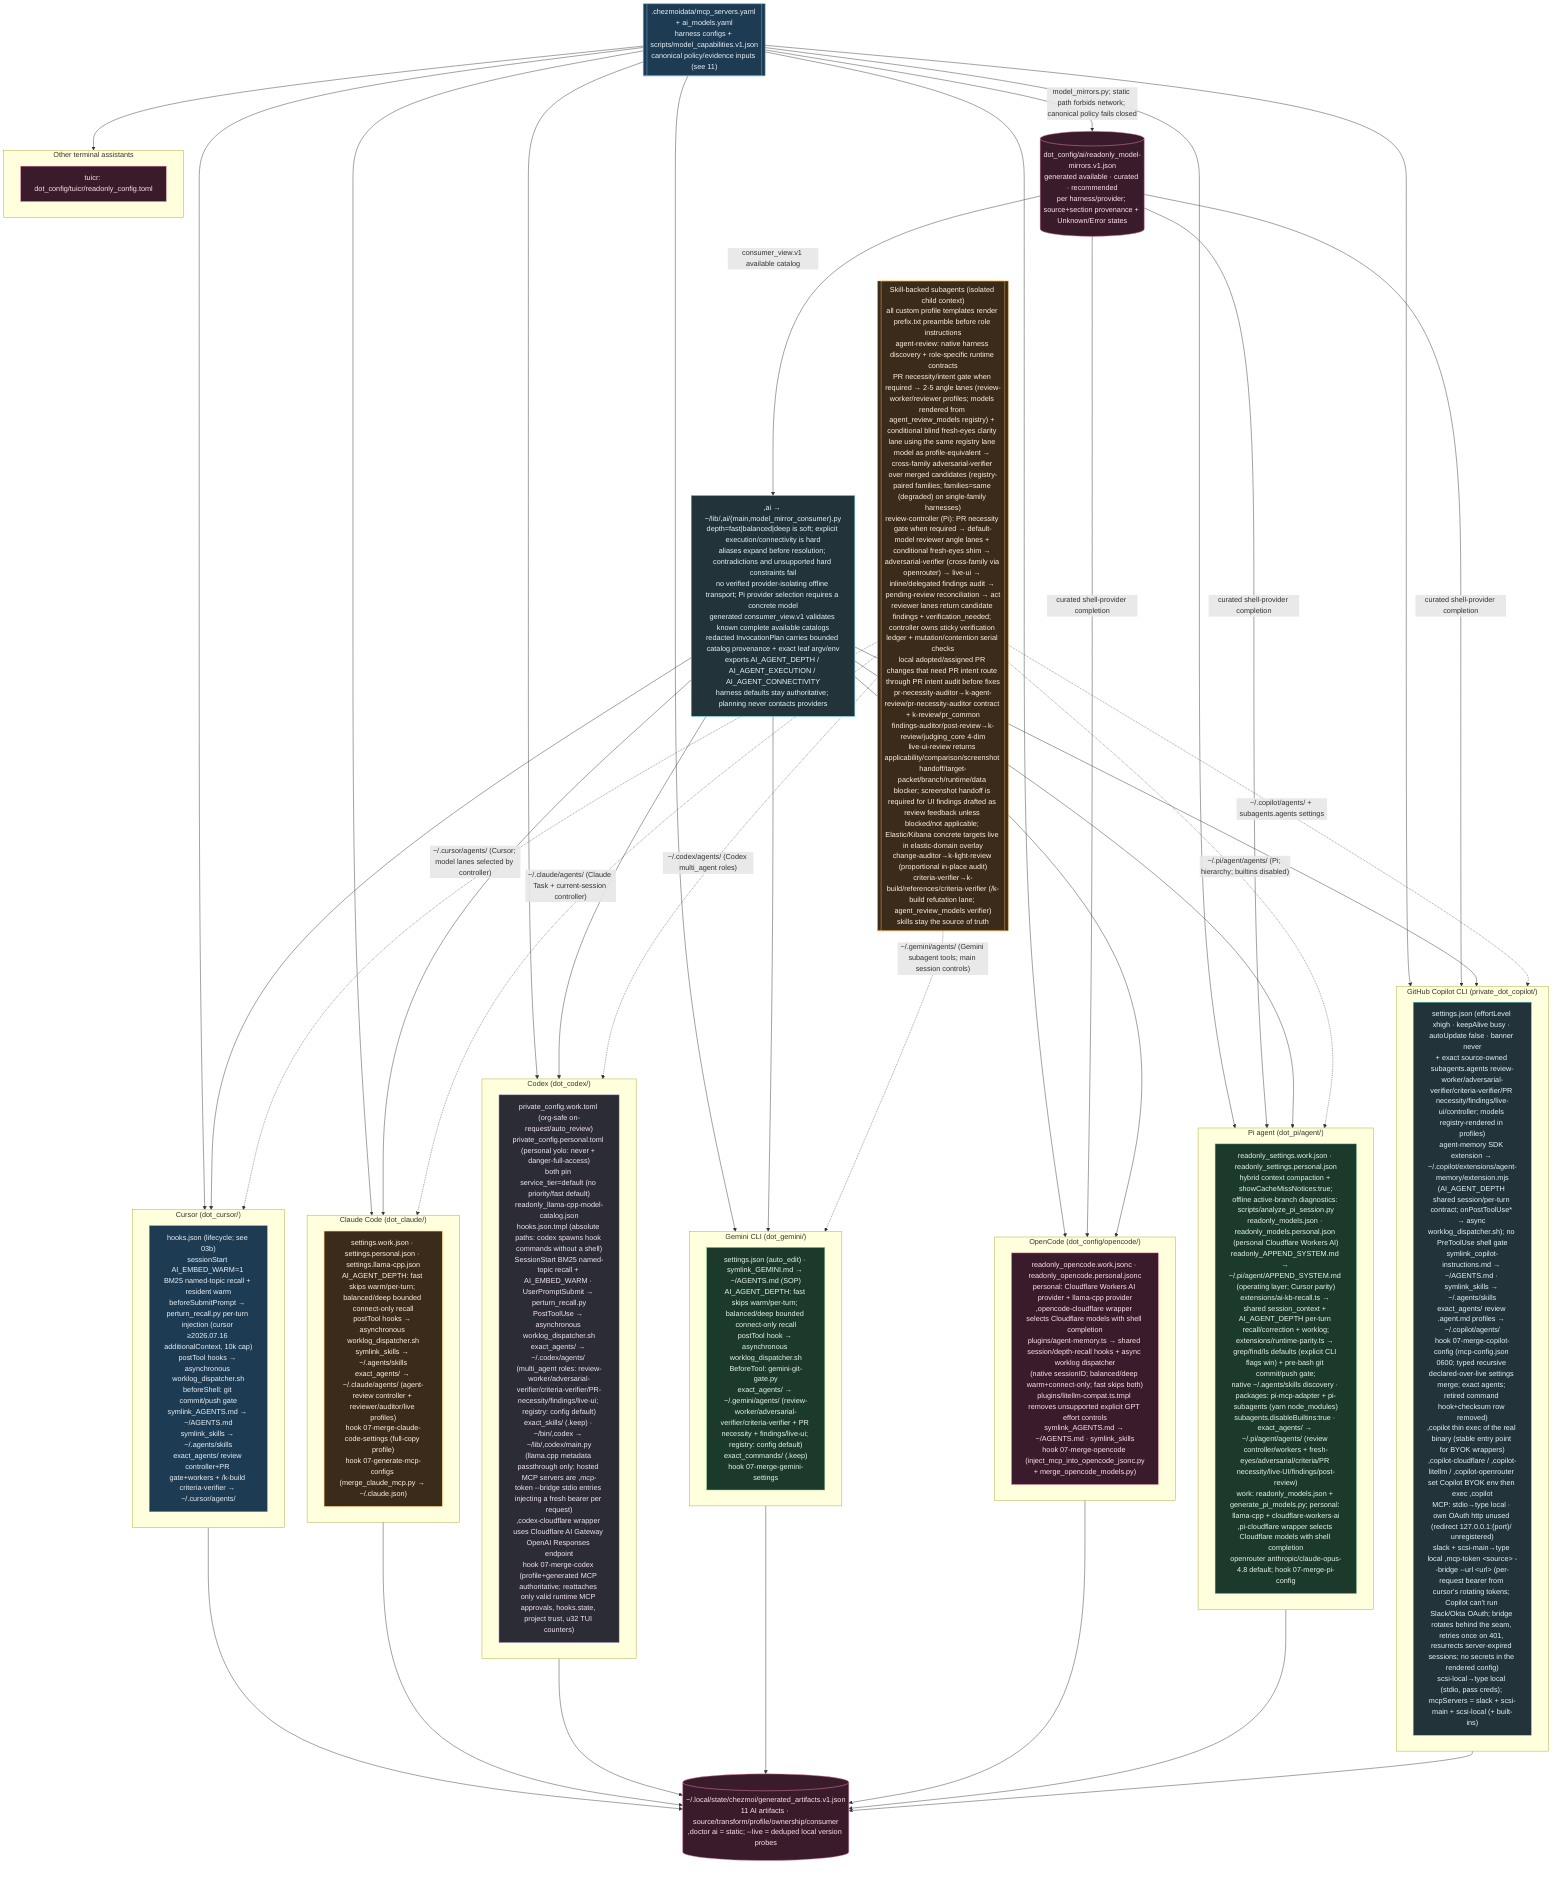
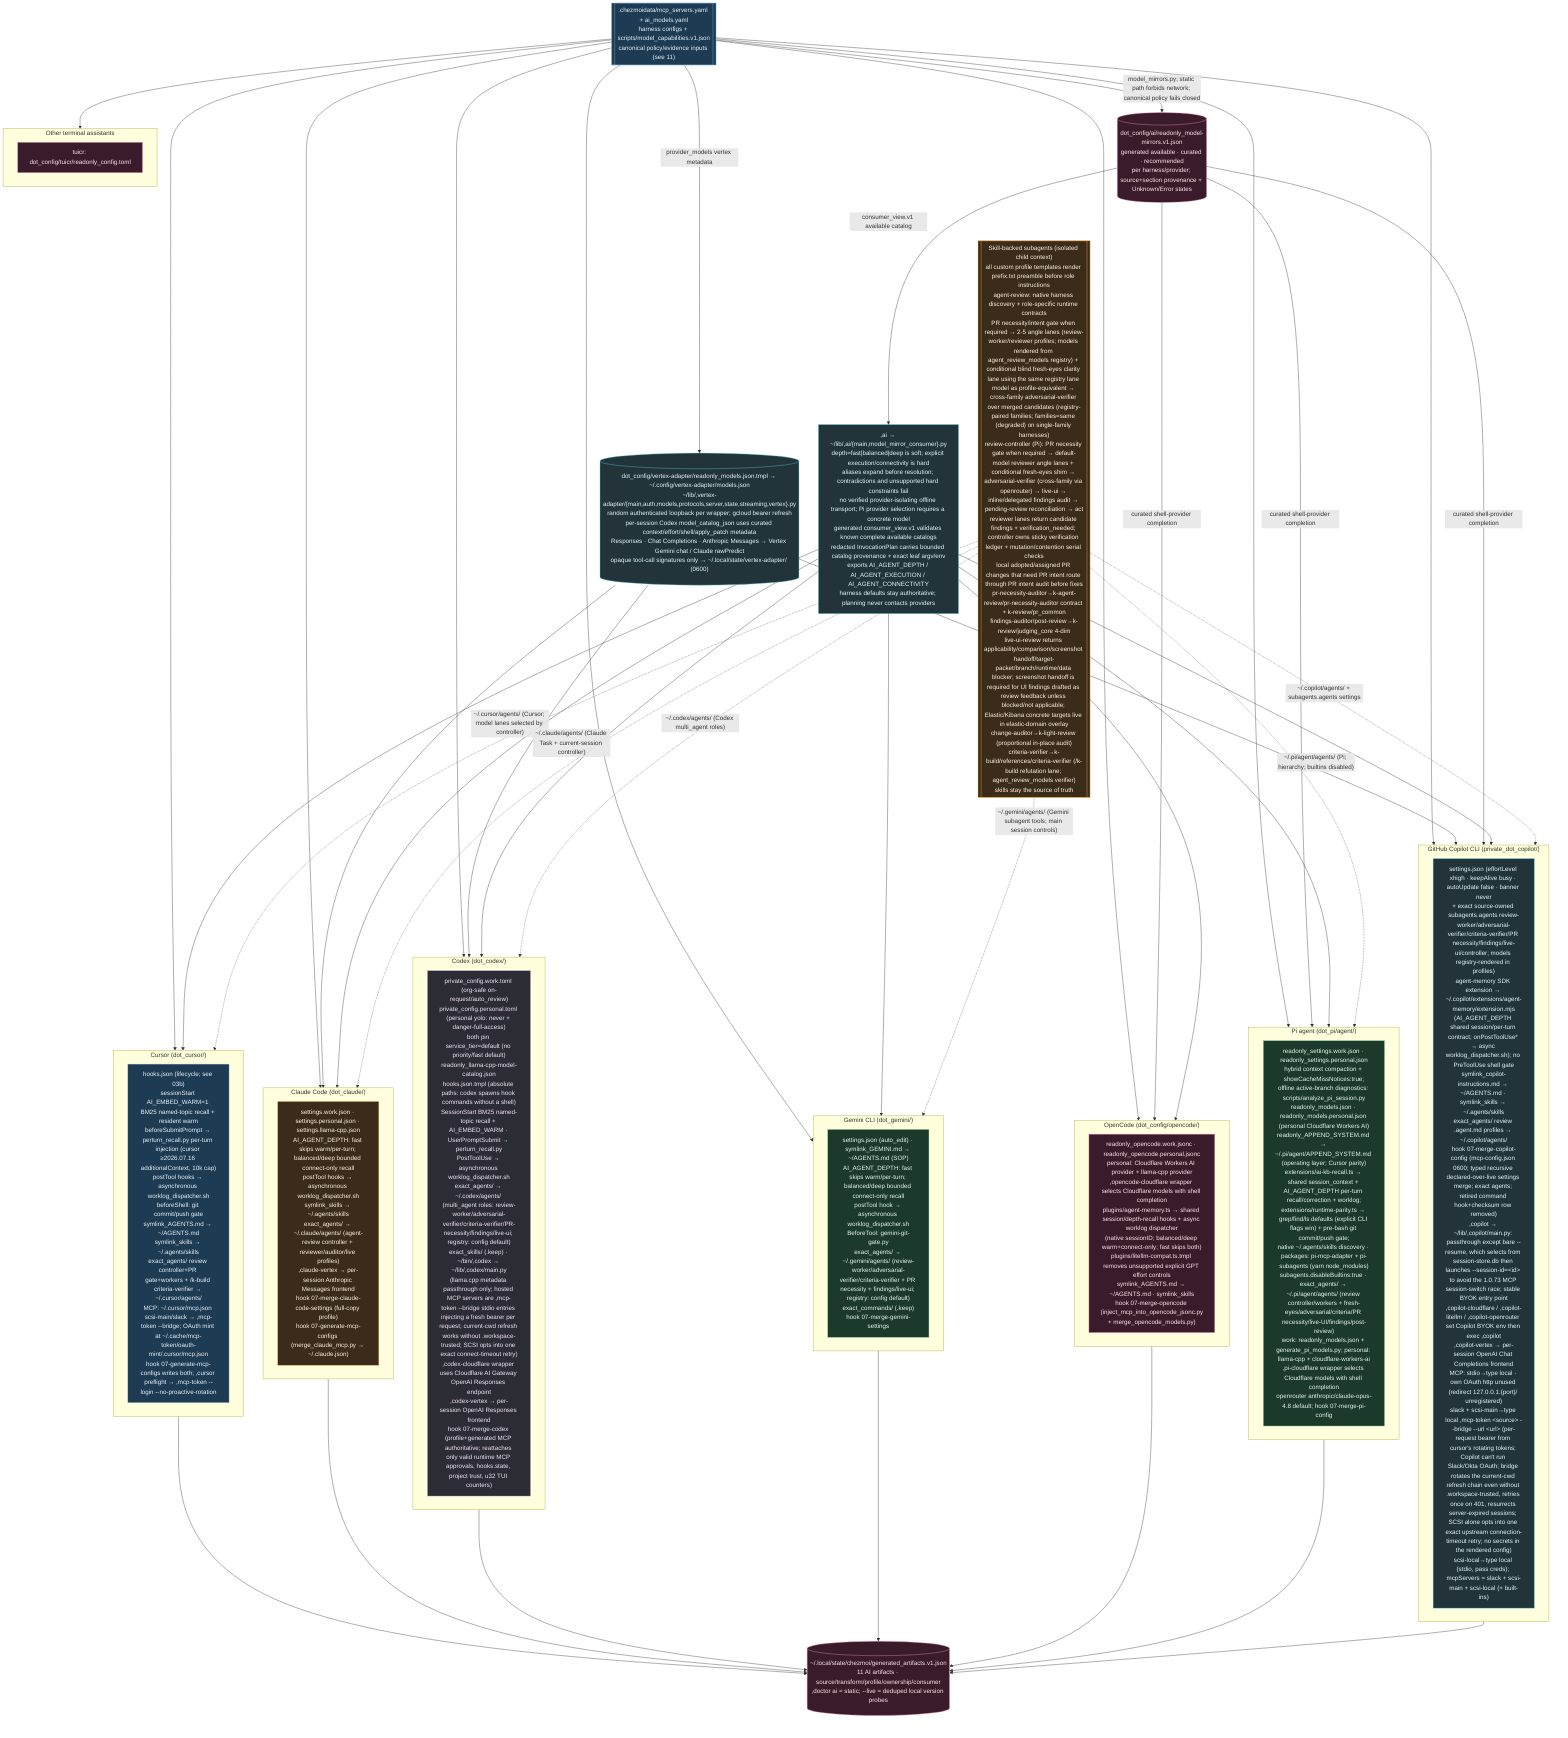
%% ============================================================================
%% 12-ai-tool-configs.mmd — Every per-tool AI config file in home/.
%% Pattern: source carries .work + .personal variants; a 07-merge-* hook picks
%% by isWork and merges generated MCP/model blocks into the live config.
%% ============================================================================
flowchart TB
    classDef cursor fill:#1d3b53,stroke:#7fb3d5,color:#eaf2f8;
    classDef claude fill:#3a2b1b,stroke:#ffb74d,color:#fff3e0;
    classDef codex fill:#2c2c34,stroke:#b39ddb,color:#f3e5f5;
    classDef gem fill:#1b3a2b,stroke:#81c784,color:#e8f5e9;
    classDef oc fill:#3a1b2b,stroke:#f48fb1,color:#fce4ec;
    classDef cop fill:#22343a,stroke:#4dd0e1,color:#e0f7fa;

    LAUNCH[",ai → ~/lib/,ai/{main,model_mirror_consumer}.py<br/>depth=fast|balanced|deep is soft; explicit execution/connectivity is hard<br/>aliases expand before resolution; contradictions and unsupported hard constraints fail<br/>no verified provider-isolating offline transport; Pi provider selection requires a concrete model<br/>generated consumer_view.v1 validates known complete available catalogs<br/>redacted InvocationPlan carries bounded catalog provenance + exact leaf argv/env<br/>exports AI_AGENT_DEPTH / AI_AGENT_EXECUTION / AI_AGENT_CONNECTIVITY<br/>harness defaults stay authoritative; planning never contacts providers"]:::cop

    subgraph CURSOR["Cursor (dot_cursor/)"]
-         CU["hooks.json (lifecycle; see 03b)<br/>sessionStart AI_EMBED_WARM=1 BM25 named-topic recall + resident warm<br/>beforeSubmitPrompt → perturn_recall.py per-turn injection (cursor ≥2026.07.16 additionalContext, 10k cap)<br/>postTool hooks → asynchronous worklog_dispatcher.sh<br/>beforeShell: git commit/push gate<br/>symlink_AGENTS.md → ~/AGENTS.md<br/>symlink_skills → ~/.agents/skills<br/>exact_agents/ review controller+PR gate+workers + /k-build criteria-verifier → ~/.cursor/agents/"]:::cursor
+         CU["hooks.json (lifecycle; see 03b)<br/>sessionStart AI_EMBED_WARM=1 BM25 named-topic recall + resident warm<br/>beforeSubmitPrompt → perturn_recall.py per-turn injection (cursor ≥2026.07.16 additionalContext, 10k cap)<br/>postTool hooks → asynchronous worklog_dispatcher.sh<br/>beforeShell: git commit/push gate<br/>symlink_AGENTS.md → ~/AGENTS.md<br/>symlink_skills → ~/.agents/skills<br/>exact_agents/ review controller+PR gate+workers + /k-build criteria-verifier → ~/.cursor/agents/<br/>MCP: ~/.cursor/mcp.json scsi-main/slack → ,mcp-token --bridge; OAuth mint at ~/.cache/mcp-token/oauth-mint/.cursor/mcp.json<br/>hook 07-generate-mcp-configs writes both; ,cursor preflight → ,mcp-token --login --no-proactive-rotation"]:::cursor
    end

    subgraph CLAUDE["Claude Code (dot_claude/)"]
-         CLD["settings.work.json · settings.personal.json · settings.llama-cpp.json<br/>AI_AGENT_DEPTH: fast skips warm/per-turn; balanced/deep bounded connect-only recall<br/>postTool hooks → asynchronous worklog_dispatcher.sh<br/>symlink_skills → ~/.agents/skills<br/>exact_agents/ → ~/.claude/agents/ (agent-review controller + reviewer/auditor/live profiles)<br/>hook 07-merge-claude-code-settings (full-copy profile)<br/>hook 07-generate-mcp-configs (merge_claude_mcp.py → ~/.claude.json)"]:::claude
+         CLD["settings.work.json · settings.personal.json · settings.llama-cpp.json<br/>AI_AGENT_DEPTH: fast skips warm/per-turn; balanced/deep bounded connect-only recall<br/>postTool hooks → asynchronous worklog_dispatcher.sh<br/>symlink_skills → ~/.agents/skills<br/>exact_agents/ → ~/.claude/agents/ (agent-review controller + reviewer/auditor/live profiles)<br/>,claude-vertex → per-session Anthropic Messages frontend<br/>hook 07-merge-claude-code-settings (full-copy profile)<br/>hook 07-generate-mcp-configs (merge_claude_mcp.py → ~/.claude.json)"]:::claude
    end

    subgraph CODEX["Codex (dot_codex/)"]
-         CDX["private_config.work.toml (org-safe on-request/auto_review)<br/>private_config.personal.toml (personal yolo: never + danger-full-access)<br/>both pin service_tier=default (no priority/fast default)<br/>readonly_llama-cpp-model-catalog.json<br/>hooks.json.tmpl (absolute paths: codex spawns hook commands without a shell)<br/>SessionStart BM25 named-topic recall + AI_EMBED_WARM · UserPromptSubmit → perturn_recall.py<br/>PostToolUse → asynchronous worklog_dispatcher.sh<br/>exact_agents/ → ~/.codex/agents/ (multi_agent roles: review-worker/adversarial-verifier/criteria-verifier/PR-necessity/findings/live-ui; registry: config default)<br/>exact_skills/ (.keep) · ~/bin/,codex → ~/lib/,codex/main.py<br/>(llama.cpp metadata passthrough only; hosted MCP servers are ,mcp-token --bridge stdio entries injecting a fresh bearer per request)<br/>,codex-cloudflare wrapper uses Cloudflare AI Gateway OpenAI Responses endpoint<br/>hook 07-merge-codex (profile+generated MCP authoritative; reattaches only valid runtime MCP approvals, hooks.state, project trust, u32 TUI counters)"]:::codex
+         CDX["private_config.work.toml (org-safe on-request/auto_review)<br/>private_config.personal.toml (personal yolo: never + danger-full-access)<br/>both pin service_tier=default (no priority/fast default)<br/>readonly_llama-cpp-model-catalog.json<br/>hooks.json.tmpl (absolute paths: codex spawns hook commands without a shell)<br/>SessionStart BM25 named-topic recall + AI_EMBED_WARM · UserPromptSubmit → perturn_recall.py<br/>PostToolUse → asynchronous worklog_dispatcher.sh<br/>exact_agents/ → ~/.codex/agents/ (multi_agent roles: review-worker/adversarial-verifier/criteria-verifier/PR-necessity/findings/live-ui; registry: config default)<br/>exact_skills/ (.keep) · ~/bin/,codex → ~/lib/,codex/main.py<br/>(llama.cpp metadata passthrough only; hosted MCP servers are ,mcp-token --bridge stdio entries injecting a fresh bearer per request; current-cwd refresh works without .workspace-trusted; SCSI opts into one exact connect-timeout retry)<br/>,codex-cloudflare wrapper uses Cloudflare AI Gateway OpenAI Responses endpoint<br/>,codex-vertex → per-session OpenAI Responses frontend<br/>hook 07-merge-codex (profile+generated MCP authoritative; reattaches only valid runtime MCP approvals, hooks.state, project trust, u32 TUI counters)"]:::codex
    end

    subgraph GEMINI["Gemini CLI (dot_gemini/)"]
        GMN["settings.json (auto_edit) · symlink_GEMINI.md → ~/AGENTS.md (SOP)<br/>AI_AGENT_DEPTH: fast skips warm/per-turn; balanced/deep bounded connect-only recall<br/>postTool hook → asynchronous worklog_dispatcher.sh<br/>BeforeTool: gemini-git-gate.py<br/>exact_agents/ → ~/.gemini/agents/ (review-worker/adversarial-verifier/criteria-verifier + PR necessity + findings/live-ui; registry: config default)<br/>exact_commands/ (.keep)<br/>hook 07-merge-gemini-settings"]:::gem
    end

    subgraph OPENCODE["OpenCode (dot_config/opencode/)"]
        OPC["readonly_opencode.work.jsonc · readonly_opencode.personal.jsonc<br/>personal: Cloudflare Workers AI provider + llama-cpp provider<br/>,opencode-cloudflare wrapper selects Cloudflare models with shell completion<br/>plugins/agent-memory.ts → shared session/depth-recall hooks + async worklog dispatcher<br/>(native sessionID; balanced/deep warm+connect-only; fast skips both)<br/>plugins/litellm-compat.ts.tmpl removes unsupported explicit GPT effort controls<br/>symlink_AGENTS.md → ~/AGENTS.md · symlink_skills<br/>hook 07-merge-opencode (inject_mcp_into_opencode_jsonc.py<br/>+ merge_opencode_models.py)"]:::oc
    end

    subgraph PI["Pi agent (dot_pi/agent/)"]
        PIA["readonly_settings.work.json · readonly_settings.personal.json<br/>hybrid context compaction + showCacheMissNotices:true;<br/>offline active-branch diagnostics: scripts/analyze_pi_session.py<br/>readonly_models.json · readonly_models.personal.json (personal Cloudflare Workers AI)<br/>readonly_APPEND_SYSTEM.md → ~/.pi/agent/APPEND_SYSTEM.md (operating layer; Cursor parity)<br/>extensions/ai-kb-recall.ts → shared session_context + AI_AGENT_DEPTH per-turn recall/correction + worklog;<br/>extensions/runtime-parity.ts → grep/find/ls defaults (explicit CLI flags win) + pre-bash git commit/push gate;<br/>native ~/.agents/skills discovery · packages: pi-mcp-adapter + pi-subagents (yarn node_modules)<br/>subagents.disableBuiltins:true · exact_agents/ → ~/.pi/agent/agents/ (review controller/workers + fresh-eyes/adversarial/criteria/PR necessity/live-UI/findings/post-review)<br/>work: readonly_models.json + generate_pi_models.py; personal: llama-cpp + cloudflare-workers-ai<br/>,pi-cloudflare wrapper selects Cloudflare models with shell completion<br/>openrouter anthropic/claude-opus-4.8 default; hook 07-merge-pi-config"]:::gem
    end

    subgraph COPILOT["GitHub Copilot CLI (private_dot_copilot/)"]
-         COP["settings.json (effortLevel xhigh · keepAlive busy · autoUpdate false · banner never<br/>+ exact source-owned subagents.agents review-worker/adversarial-verifier/criteria-verifier/PR necessity/findings/live-ui/controller; models registry-rendered in profiles)<br/>agent-memory SDK extension → ~/.copilot/extensions/agent-memory/extension.mjs<br/>(AI_AGENT_DEPTH shared session/per-turn contract; onPostToolUse* → async worklog_dispatcher.sh); no PreToolUse shell gate<br/>symlink_copilot-instructions.md → ~/AGENTS.md · symlink_skills → ~/.agents/skills<br/>exact_agents/ review .agent.md profiles → ~/.copilot/agents/<br/>hook 07-merge-copilot-config (mcp-config.json 0600; typed recursive declared-over-live settings merge; exact agents; retired command hook+checksum row removed)<br/>,copilot thin exec of the real binary (stable entry point for BYOK wrappers)<br/>,copilot-cloudflare / ,copilot-litellm / ,copilot-openrouter set Copilot BYOK env then exec ,copilot<br/>MCP: stdio→type local · own OAuth http unused (redirect 127.0.0.1:{port}/ unregistered)<br/>slack + scsi-main→type local ,mcp-token &lt;source&gt; --bridge --url &lt;url&gt; (per-request bearer from cursor's rotating tokens; Copilot can't run Slack/Okta OAuth; bridge rotates behind the seam, retries once on 401, resurrects server-expired sessions; no secrets in the rendered config)<br/>scsi-local→type local (stdio, pass creds); mcpServers = slack + scsi-main + scsi-local (+ built-ins)"]:::cop
+         COP["settings.json (effortLevel xhigh · keepAlive busy · autoUpdate false · banner never<br/>+ exact source-owned subagents.agents review-worker/adversarial-verifier/criteria-verifier/PR necessity/findings/live-ui/controller; models registry-rendered in profiles)<br/>agent-memory SDK extension → ~/.copilot/extensions/agent-memory/extension.mjs<br/>(AI_AGENT_DEPTH shared session/per-turn contract; onPostToolUse* → async worklog_dispatcher.sh); no PreToolUse shell gate<br/>symlink_copilot-instructions.md → ~/AGENTS.md · symlink_skills → ~/.agents/skills<br/>exact_agents/ review .agent.md profiles → ~/.copilot/agents/<br/>hook 07-merge-copilot-config (mcp-config.json 0600; typed recursive declared-over-live settings merge; exact agents; retired command hook+checksum row removed)<br/>,copilot → ~/lib/,copilot/main.py: passthrough except bare --resume, which selects from session-store.db then launches --session-id=&lt;id&gt; to avoid the 1.0.73 MCP session-switch race; stable BYOK entry point<br/>,copilot-cloudflare / ,copilot-litellm / ,copilot-openrouter set Copilot BYOK env then exec ,copilot<br/>,copilot-vertex → per-session OpenAI Chat Completions frontend<br/>MCP: stdio→type local · own OAuth http unused (redirect 127.0.0.1:{port}/ unregistered)<br/>slack + scsi-main→type local ,mcp-token &lt;source&gt; --bridge --url &lt;url&gt; (per-request bearer from cursor's rotating tokens; Copilot can't run Slack/Okta OAuth; bridge rotates the current-cwd refresh chain even without .workspace-trusted, retries once on 401, resurrects server-expired sessions; SCSI alone opts into one exact upstream connection-timeout retry; no secrets in the rendered config)<br/>scsi-local→type local (stdio, pass creds); mcpServers = slack + scsi-main + scsi-local (+ built-ins)"]:::cop
    end

    subgraph OTHER["Other terminal assistants"]
        TUI["tuicr: dot_config/tuicr/readonly_config.toml"]:::oc
    end

    REG[[".chezmoidata/mcp_servers.yaml + ai_models.yaml<br/>harness configs + scripts/model_capabilities.v1.json<br/>canonical policy/evidence inputs (see 11)"]]:::cursor
    REG --> CURSOR & CLAUDE & CODEX & GEMINI & OPENCODE & PI & COPILOT & OTHER
+     VERTEX[("dot_config/vertex-adapter/readonly_models.json.tmpl → ~/.config/vertex-adapter/models.json<br/>~/lib/,vertex-adapter/{main,auth,models,protocols,server,state,streaming,vertex}.py<br/>random authenticated loopback per wrapper; gcloud bearer refresh<br/>per-session Codex model_catalog_json uses curated context/effort/shell/apply_patch metadata<br/>Responses · Chat Completions · Anthropic Messages → Vertex Gemini chat / Claude rawPredict<br/>opaque tool-call signatures only → ~/.local/state/vertex-adapter/ (0600)")]:::cop
+     REG -->|"provider_models vertex metadata"| VERTEX
+     VERTEX --> CLAUDE & CODEX & COPILOT
    MIRROR[("dot_config/ai/readonly_model-mirrors.v1.json<br/>generated available · curated · recommended<br/>per harness/provider; source+section provenance + Unknown/Error states")]:::oc
    REG -->|"model_mirrors.py; static path forbids network; canonical policy fails closed"| MIRROR
    MIRROR -->|"consumer_view.v1 available catalog"| LAUNCH
    MIRROR -->|"curated shell-provider completion"| OPENCODE & PI & COPILOT
    LAUNCH --> CURSOR & CLAUDE & CODEX & GEMINI & OPENCODE & PI & COPILOT
    LEDGER[("~/.local/state/chezmoi/generated_artifacts.v1.json<br/>11 AI artifacts · source/transform/profile/ownership/consumer<br/>,doctor ai = static; --live = deduped local version probes")]:::oc
    CURSOR & CLAUDE & CODEX & GEMINI & OPENCODE & PI & COPILOT --> LEDGER

    SUBA[["Skill-backed subagents (isolated child context)<br/>all custom profile templates render prefix.txt preamble before role instructions<br/>agent-review: native harness discovery + role-specific runtime contracts<br/>PR necessity/intent gate when required → 2-5 angle lanes (review-worker/reviewer profiles; models rendered from agent_review_models registry) + conditional blind fresh-eyes clarity lane using the same registry lane model as profile-equivalent → cross-family adversarial-verifier over merged candidates (registry-paired families; families=same (degraded) on single-family harnesses)<br/>review-controller (Pi): PR necessity gate when required → default-model reviewer angle lanes + conditional fresh-eyes shim → adversarial-verifier (cross-family via openrouter) → live-ui → inline/delegated findings audit → pending-review reconciliation → act<br/>reviewer lanes return candidate findings + verification_needed; controller owns sticky verification ledger + mutation/contention serial checks<br/>local adopted/assigned PR changes that need PR intent route through PR intent audit before fixes<br/>pr-necessity-auditor→k-agent-review/pr-necessity-auditor contract + k-review/pr_common<br/>findings-auditor/post-review→k-review/judging_core 4-dim<br/>live-ui-review returns applicability/comparison/screenshot handoff/target-packet/branch/runtime/data blocker; screenshot handoff is required for UI findings drafted as review feedback unless blocked/not applicable; Elastic/Kibana concrete targets live in elastic-domain overlay<br/>change-auditor→k-light-review (proportional in-place audit)<br/>criteria-verifier→k-build/references/criteria-verifier (/k-build refutation lane; agent_review_models verifier)<br/>skills stay the source of truth"]]:::claude
    SUBA -.->|"~/.cursor/agents/ (Cursor; model lanes selected by controller)"| CURSOR
    SUBA -.->|"~/.copilot/agents/ + subagents.agents settings"| COPILOT
    SUBA -.->|"~/.claude/agents/ (Claude Task + current-session controller)"| CLAUDE
    SUBA -.->|"~/.codex/agents/ (Codex multi_agent roles)"| CODEX
    SUBA -.->|"~/.gemini/agents/ (Gemini subagent tools; main session controls)"| GEMINI
    SUBA -.->|"~/.pi/agent/agents/ (Pi; hierarchy; builtins disabled)"| PI
